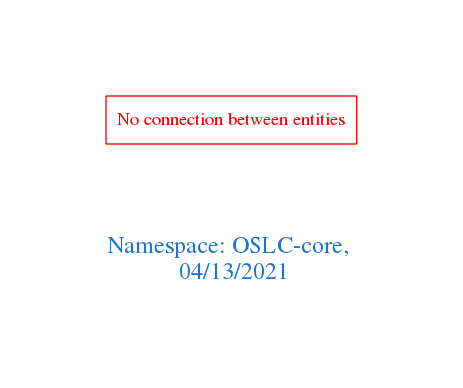
Above: downloads/OSLC-core.png in arago/OGIT (Graphviz), before the change. Its source is kept beside it as downloads/OSLC-core.dot.
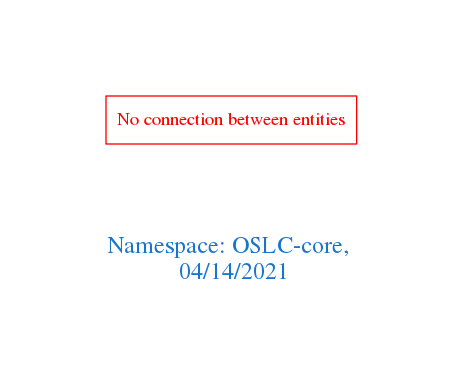
After the change.

Diff of the diagram source:
```diff
@@ -1,7 +1,7 @@
 digraph OGIT_ontology {
  graph [ rankdir= LR,pad=1
 fontsize = 18,
-fontcolor= dodgerblue3,label = "\n\n\nNamespace: OSLC-core, \n 04/13/2021"];
+fontcolor= dodgerblue3,label = "\n\n\nNamespace: OSLC-core, \n 04/14/2021"];
 node[shape=polygon];
 edge [  color="gray81"];
 
```
